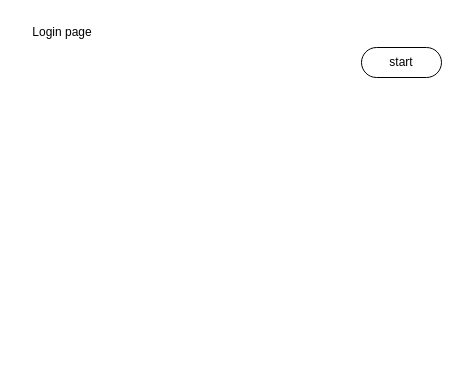
Earlier version of the draw.io diagram translate.drawio (RachataS/translate_quize_demo). Source tidied: cells renumbered, new cells numbered last; positions are measured from the earlier drawing's top-left corner, leaving out a move shared by most shapes. Both pictures are drawn from the tidied source at 100%, with x=0, y=0 at pixel (17, 17).
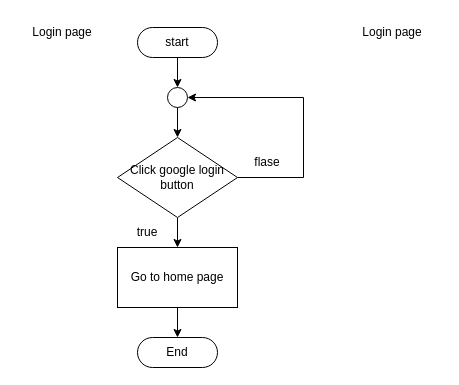
The same diagram, later.

Change to the diagram source:
```diff
@@
 <mxGraphModel>
   <root>
     <mxCell id="0" />
     <mxCell id="1" parent="0" />
+    <mxCell id="4" style="edgeStyle=orthogonalEdgeStyle;rounded=0;jettySize=auto;html=1;" parent="1" edge="1" source="2" target="6">
+      <mxGeometry relative="1" as="geometry" />
+    </mxCell>
     <mxCell id="2" value="start" style="html=1;dashed=0;whiteSpace=wrap;shape=mxgraph.dfd.start;" parent="1" vertex="1">
-      <mxGeometry x="344" y="30" width="80" height="30" as="geometry" />
+      <mxGeometry x="120" y="10" width="80" height="30" as="geometry" />
     </mxCell>
     <mxCell id="3" value="Login page" style="text;html=1;strokeColor=none;fillColor=none;align=center;verticalAlign=middle;whiteSpace=wrap;rounded=0;" parent="1" vertex="1">
       <mxGeometry width="90" height="30" as="geometry" />
     </mxCell>
+    <mxCell id="5" style="edgeStyle=orthogonalEdgeStyle;rounded=0;jettySize=auto;html=1;" parent="1" edge="1" source="6" target="9">
+      <mxGeometry relative="1" as="geometry" />
+    </mxCell>
+    <mxCell id="6" style="ellipse;whiteSpace=wrap;html=1;" parent="1" vertex="1">
+      <mxGeometry x="150" y="70" width="20" height="20" as="geometry" />
+    </mxCell>
+    <mxCell id="7" style="edgeStyle=orthogonalEdgeStyle;rounded=0;jettySize=auto;html=1;entryX=1;entryY=0.5;entryDx=0;entryDy=0;" parent="1" edge="1" source="9" target="6">
+      <mxGeometry relative="1" as="geometry">
+        <Array as="points">
+          <mxPoint x="286" y="160" />
+          <mxPoint x="286" y="80" />
+        </Array>
+      </mxGeometry>
+    </mxCell>
+    <mxCell id="8" style="edgeStyle=orthogonalEdgeStyle;rounded=0;jettySize=auto;html=1;" parent="1" edge="1" source="9" target="13">
+      <mxGeometry relative="1" as="geometry" />
+    </mxCell>
+    <mxCell id="9" value="Click google login button" style="rhombus;whiteSpace=wrap;html=1;" parent="1" vertex="1">
+      <mxGeometry x="100" y="120" width="120" height="80" as="geometry" />
+    </mxCell>
+    <mxCell id="10" value="true" style="text;html=1;strokeColor=none;fillColor=none;align=center;verticalAlign=middle;whiteSpace=wrap;rounded=0;" parent="1" vertex="1">
+      <mxGeometry x="100" y="200" width="60" height="30" as="geometry" />
+    </mxCell>
+    <mxCell id="11" value="flase" style="text;html=1;strokeColor=none;fillColor=none;align=center;verticalAlign=middle;whiteSpace=wrap;rounded=0;" parent="1" vertex="1">
+      <mxGeometry x="220" y="130" width="60" height="30" as="geometry" />
+    </mxCell>
+    <mxCell id="12" style="edgeStyle=orthogonalEdgeStyle;rounded=0;jettySize=auto;html=1;" parent="1" edge="1" source="13" target="14">
+      <mxGeometry relative="1" as="geometry" />
+    </mxCell>
+    <mxCell id="13" value="Go to home page" style="rounded=0;whiteSpace=wrap;html=1;" parent="1" vertex="1">
+      <mxGeometry x="100" y="230" width="120" height="60" as="geometry" />
+    </mxCell>
+    <mxCell id="14" value="End" style="html=1;dashed=0;whiteSpace=wrap;shape=mxgraph.dfd.start;" parent="1" vertex="1">
+      <mxGeometry x="120" y="320" width="80" height="30" as="geometry" />
+    </mxCell>
+    <mxCell id="15" value="Login page" style="text;html=1;strokeColor=none;fillColor=none;align=center;verticalAlign=middle;whiteSpace=wrap;rounded=0;" parent="1" vertex="1">
+      <mxGeometry x="330" width="90" height="30" as="geometry" />
+    </mxCell>
   </root>
 </mxGraphModel>
```
